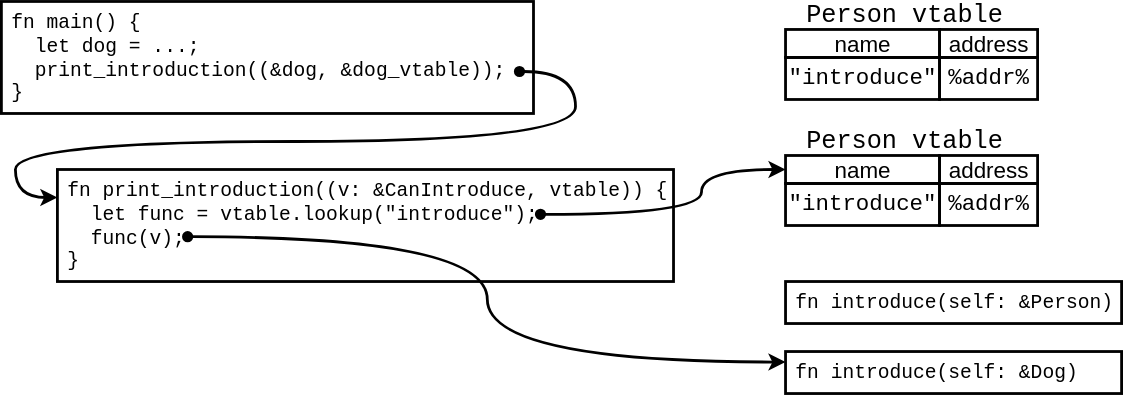
This is src/rust-basics/img/traits_dynamic_dispatch.svg from snorochevskiy/rust-for-backend-devs, a draw.io export, as it was before one commit. Source tidied: cells renumbered, new cells last; positions are measured from the earlier drawing's top-left corner, leaving out a move shared by most shapes. Its diagram source:
```xml
<mxGraphModel>
  <root>
    <mxCell id="0" />
    <mxCell id="1" parent="0" />
    <mxCell id="2" value="&lt;div align=&quot;left&quot;&gt;&lt;font face=&quot;Courier New&quot; style=&quot;font-size: 14px;&quot;&gt;fn main() {&lt;br&gt;&amp;nbsp; let dog = ...;&lt;br&gt;&amp;nbsp; print_introduction((&amp;amp;dog, &amp;amp;dog_vtable));&lt;br&gt;}&lt;/font&gt;&lt;/div&gt;" style="rounded=0;whiteSpace=wrap;html=1;align=left;strokeWidth=2;verticalAlign=top;spacingLeft=5;fillColor=none;" parent="1" vertex="1">
      <mxGeometry width="380" height="80" as="geometry" />
    </mxCell>
    <mxCell id="3" value="&lt;div align=&quot;left&quot;&gt;&lt;font face=&quot;Courier New&quot; style=&quot;font-size: 14px;&quot;&gt;fn print_introduction((v: &amp;amp;CanIntroduce, vtable)) {&lt;br&gt;&amp;nbsp; let func = vtable.lookup(&quot;introduce&quot;);&lt;br&gt;&amp;nbsp; func(v);&lt;br&gt;}&lt;/font&gt;&lt;/div&gt;" style="rounded=0;whiteSpace=wrap;html=1;align=left;strokeWidth=2;verticalAlign=top;spacingLeft=5;fillColor=none;" parent="1" vertex="1">
      <mxGeometry x="40" y="120" width="440" height="80" as="geometry" />
    </mxCell>
    <mxCell id="4" value="&lt;font style=&quot;font-size: 16px;&quot;&gt;name&lt;/font&gt;" style="rounded=0;whiteSpace=wrap;html=1;fillColor=none;strokeWidth=2;" parent="1" vertex="1">
      <mxGeometry x="560" y="20" width="110" height="20" as="geometry" />
    </mxCell>
    <mxCell id="5" value="&lt;font style=&quot;font-size: 16px;&quot;&gt;address&lt;/font&gt;" style="rounded=0;whiteSpace=wrap;html=1;fillColor=none;strokeWidth=2;" parent="1" vertex="1">
      <mxGeometry x="670" y="20" width="70" height="20" as="geometry" />
    </mxCell>
    <mxCell id="6" value="&lt;font style=&quot;font-size: 16px;&quot; face=&quot;Courier New&quot;&gt;&quot;introduce&quot;&lt;/font&gt;" style="rounded=0;whiteSpace=wrap;html=1;fillColor=none;strokeWidth=2;" parent="1" vertex="1">
      <mxGeometry x="560" y="40" width="110" height="30" as="geometry" />
    </mxCell>
    <mxCell id="7" value="&lt;font style=&quot;font-size: 16px;&quot; face=&quot;Courier New&quot;&gt;%addr%&lt;/font&gt;" style="rounded=0;whiteSpace=wrap;html=1;fillColor=none;strokeWidth=2;" parent="1" vertex="1">
      <mxGeometry x="670" y="40" width="70" height="30" as="geometry" />
    </mxCell>
    <mxCell id="8" value="&lt;font face=&quot;Courier New&quot; style=&quot;font-size: 18px;&quot;&gt;Person vtable&lt;/font&gt;" style="text;html=1;whiteSpace=wrap;strokeColor=none;fillColor=none;align=center;verticalAlign=middle;rounded=0;" parent="1" vertex="1">
      <mxGeometry x="560" width="170" height="20" as="geometry" />
    </mxCell>
    <mxCell id="9" value="&lt;font style=&quot;font-size: 16px;&quot;&gt;name&lt;/font&gt;" style="rounded=0;whiteSpace=wrap;html=1;fillColor=none;strokeWidth=2;" parent="1" vertex="1">
      <mxGeometry x="560" y="110" width="110" height="20" as="geometry" />
    </mxCell>
    <mxCell id="10" value="&lt;font style=&quot;font-size: 16px;&quot;&gt;address&lt;/font&gt;" style="rounded=0;whiteSpace=wrap;html=1;fillColor=none;strokeWidth=2;" parent="1" vertex="1">
      <mxGeometry x="670" y="110" width="70" height="20" as="geometry" />
    </mxCell>
    <mxCell id="11" value="&lt;font style=&quot;font-size: 16px;&quot; face=&quot;Courier New&quot;&gt;&quot;introduce&quot;&lt;/font&gt;" style="rounded=0;whiteSpace=wrap;html=1;fillColor=none;strokeWidth=2;" parent="1" vertex="1">
      <mxGeometry x="560" y="130" width="110" height="30" as="geometry" />
    </mxCell>
    <mxCell id="12" value="&lt;font style=&quot;font-size: 16px;&quot; face=&quot;Courier New&quot;&gt;%addr%&lt;/font&gt;" style="rounded=0;whiteSpace=wrap;html=1;fillColor=none;strokeWidth=2;" parent="1" vertex="1">
      <mxGeometry x="670" y="130" width="70" height="30" as="geometry" />
    </mxCell>
    <mxCell id="13" value="&lt;font face=&quot;Courier New&quot; style=&quot;font-size: 18px;&quot;&gt;Person vtable&lt;/font&gt;" style="text;html=1;whiteSpace=wrap;strokeColor=none;fillColor=none;align=center;verticalAlign=middle;rounded=0;" parent="1" vertex="1">
      <mxGeometry x="560" y="90" width="170" height="20" as="geometry" />
    </mxCell>
    <mxCell id="14" value="&lt;div align=&quot;left&quot;&gt;&lt;font face=&quot;Courier New&quot; style=&quot;font-size: 14px;&quot;&gt;fn introduce(self: &amp;amp;Person)&lt;/font&gt;&lt;/div&gt;" style="rounded=0;whiteSpace=wrap;html=1;align=left;strokeWidth=2;verticalAlign=top;spacingLeft=5;fillColor=none;" parent="1" vertex="1">
      <mxGeometry x="560" y="200" width="240" height="30" as="geometry" />
    </mxCell>
    <mxCell id="15" value="&lt;div align=&quot;left&quot;&gt;&lt;font face=&quot;Courier New&quot; style=&quot;font-size: 14px;&quot;&gt;fn introduce(self: &amp;amp;Dog)&lt;/font&gt;&lt;/div&gt;" style="rounded=0;whiteSpace=wrap;html=1;align=left;strokeWidth=2;verticalAlign=top;spacingLeft=5;fillColor=none;" parent="1" vertex="1">
      <mxGeometry x="560" y="250" width="240" height="30" as="geometry" />
    </mxCell>
    <mxCell id="16" style="endArrow=classic;html=1;rounded=0;entryX=0;entryY=0.25;entryDx=0;entryDy=0;edgeStyle=orthogonalEdgeStyle;curved=1;startArrow=oval;startFill=1;strokeWidth=2;" parent="1" edge="1" target="3">
      <mxGeometry relative="1" as="geometry">
        <mxPoint x="370" y="50" as="sourcePoint" />
        <Array as="points">
          <mxPoint x="410" y="50" />
          <mxPoint x="410" y="100" />
          <mxPoint x="10" y="100" />
          <mxPoint x="10" y="140" />
        </Array>
      </mxGeometry>
    </mxCell>
    <mxCell id="17" style="endArrow=classic;html=1;rounded=0;startArrow=oval;startFill=1;entryX=0;entryY=0.5;entryDx=0;entryDy=0;edgeStyle=orthogonalEdgeStyle;curved=1;strokeWidth=2;" parent="1" edge="1" target="9">
      <mxGeometry relative="1" as="geometry">
        <mxPoint x="385" y="152" as="sourcePoint" />
        <Array as="points">
          <mxPoint x="500" y="152" />
          <mxPoint x="500" y="120" />
        </Array>
      </mxGeometry>
    </mxCell>
    <mxCell id="18" style="endArrow=classic;html=1;rounded=0;startArrow=oval;startFill=1;strokeWidth=2;entryX=0;entryY=0.25;entryDx=0;entryDy=0;edgeStyle=orthogonalEdgeStyle;curved=1;" parent="1" edge="1" target="15">
      <mxGeometry relative="1" as="geometry">
        <mxPoint x="133" y="168" as="sourcePoint" />
      </mxGeometry>
    </mxCell>
  </root>
</mxGraphModel>
```
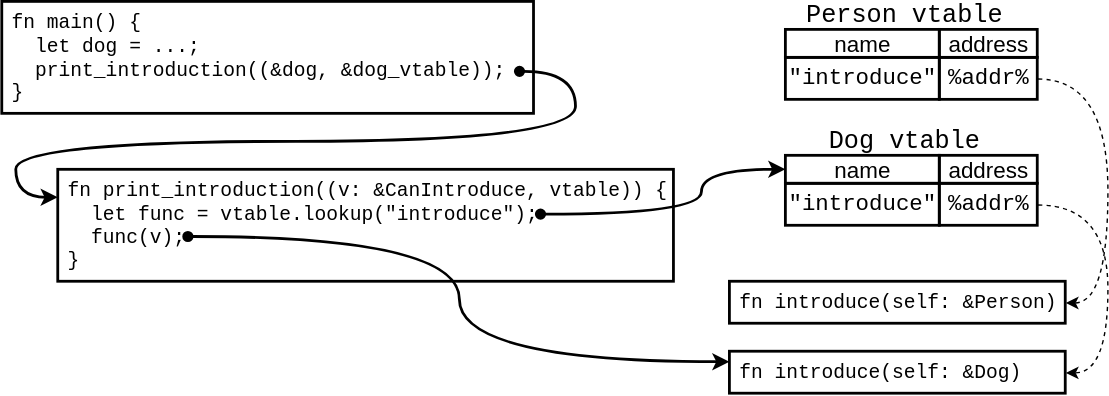
The same diagram one commit later.

Change to the diagram source:
```diff
@@ -17,6 +17,14 @@
     <mxCell id="6" value="&lt;font style=&quot;font-size: 16px;&quot; face=&quot;Courier New&quot;&gt;&quot;introduce&quot;&lt;/font&gt;" style="rounded=0;whiteSpace=wrap;html=1;fillColor=none;strokeWidth=2;" parent="1" vertex="1">
       <mxGeometry x="560" y="40" width="110" height="30" as="geometry" />
     </mxCell>
+    <mxCell id="19" style="edgeStyle=orthogonalEdgeStyle;rounded=0;jettySize=auto;html=1;exitX=1;exitY=0.5;exitDx=0;exitDy=0;entryX=1;entryY=0.5;entryDx=0;entryDy=0;curved=1;dashed=1;" parent="1" edge="1" source="7" target="14">
+      <mxGeometry relative="1" as="geometry">
+        <Array as="points">
+          <mxPoint x="790" y="55" />
+          <mxPoint x="790" y="215" />
+        </Array>
+      </mxGeometry>
+    </mxCell>
     <mxCell id="7" value="&lt;font style=&quot;font-size: 16px;&quot; face=&quot;Courier New&quot;&gt;%addr%&lt;/font&gt;" style="rounded=0;whiteSpace=wrap;html=1;fillColor=none;strokeWidth=2;" parent="1" vertex="1">
       <mxGeometry x="670" y="40" width="70" height="30" as="geometry" />
     </mxCell>
@@ -32,17 +40,25 @@
     <mxCell id="11" value="&lt;font style=&quot;font-size: 16px;&quot; face=&quot;Courier New&quot;&gt;&quot;introduce&quot;&lt;/font&gt;" style="rounded=0;whiteSpace=wrap;html=1;fillColor=none;strokeWidth=2;" parent="1" vertex="1">
       <mxGeometry x="560" y="130" width="110" height="30" as="geometry" />
     </mxCell>
+    <mxCell id="20" style="edgeStyle=orthogonalEdgeStyle;rounded=0;jettySize=auto;html=1;exitX=1;exitY=0.5;exitDx=0;exitDy=0;entryX=1;entryY=0.5;entryDx=0;entryDy=0;curved=1;dashed=1;" parent="1" edge="1" source="12" target="15">
+      <mxGeometry relative="1" as="geometry">
+        <Array as="points">
+          <mxPoint x="790" y="145" />
+          <mxPoint x="790" y="265" />
+        </Array>
+      </mxGeometry>
+    </mxCell>
     <mxCell id="12" value="&lt;font style=&quot;font-size: 16px;&quot; face=&quot;Courier New&quot;&gt;%addr%&lt;/font&gt;" style="rounded=0;whiteSpace=wrap;html=1;fillColor=none;strokeWidth=2;" parent="1" vertex="1">
       <mxGeometry x="670" y="130" width="70" height="30" as="geometry" />
     </mxCell>
-    <mxCell id="13" value="&lt;font face=&quot;Courier New&quot; style=&quot;font-size: 18px;&quot;&gt;Person vtable&lt;/font&gt;" style="text;html=1;whiteSpace=wrap;strokeColor=none;fillColor=none;align=center;verticalAlign=middle;rounded=0;" parent="1" vertex="1">
+    <mxCell id="13" value="&lt;font face=&quot;Courier New&quot; style=&quot;font-size: 18px;&quot;&gt;Dog vtable&lt;/font&gt;" style="text;html=1;whiteSpace=wrap;strokeColor=none;fillColor=none;align=center;verticalAlign=middle;rounded=0;" parent="1" vertex="1">
       <mxGeometry x="560" y="90" width="170" height="20" as="geometry" />
     </mxCell>
     <mxCell id="14" value="&lt;div align=&quot;left&quot;&gt;&lt;font face=&quot;Courier New&quot; style=&quot;font-size: 14px;&quot;&gt;fn introduce(self: &amp;amp;Person)&lt;/font&gt;&lt;/div&gt;" style="rounded=0;whiteSpace=wrap;html=1;align=left;strokeWidth=2;verticalAlign=top;spacingLeft=5;fillColor=none;" parent="1" vertex="1">
-      <mxGeometry x="560" y="200" width="240" height="30" as="geometry" />
+      <mxGeometry x="520" y="200" width="240" height="30" as="geometry" />
     </mxCell>
     <mxCell id="15" value="&lt;div align=&quot;left&quot;&gt;&lt;font face=&quot;Courier New&quot; style=&quot;font-size: 14px;&quot;&gt;fn introduce(self: &amp;amp;Dog)&lt;/font&gt;&lt;/div&gt;" style="rounded=0;whiteSpace=wrap;html=1;align=left;strokeWidth=2;verticalAlign=top;spacingLeft=5;fillColor=none;" parent="1" vertex="1">
-      <mxGeometry x="560" y="250" width="240" height="30" as="geometry" />
+      <mxGeometry x="520" y="250" width="240" height="30" as="geometry" />
     </mxCell>
     <mxCell id="16" style="endArrow=classic;html=1;rounded=0;entryX=0;entryY=0.25;entryDx=0;entryDy=0;edgeStyle=orthogonalEdgeStyle;curved=1;startArrow=oval;startFill=1;strokeWidth=2;" parent="1" edge="1" target="3">
       <mxGeometry relative="1" as="geometry">
```
